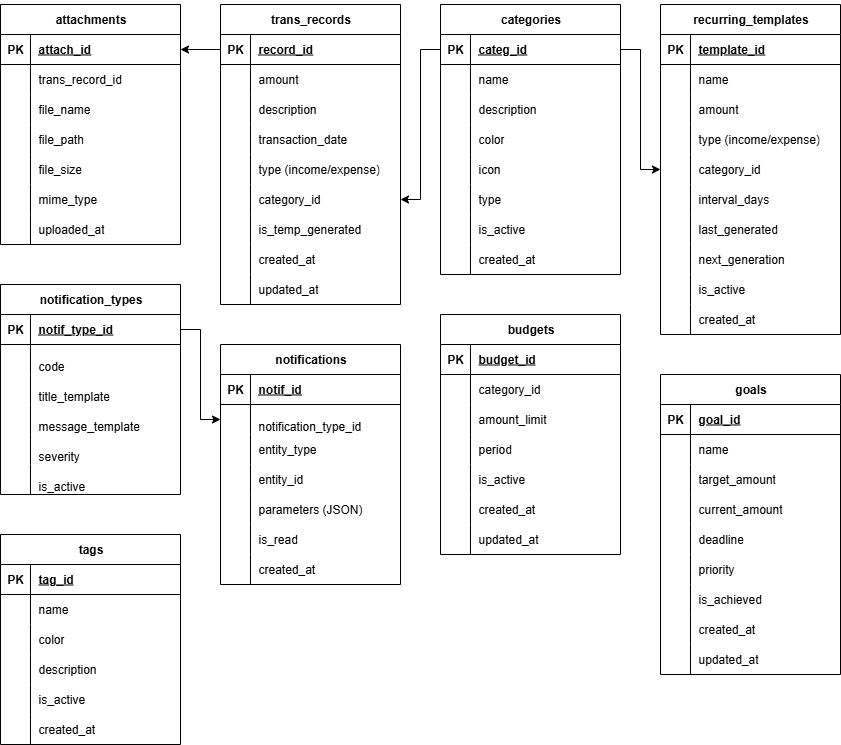
Above: tracker.drawio.png in AntonioStrignano/tracker (draw.io), before the change. Source tidied: cells renumbered, new cells last; positions are measured from the earlier drawing's top-left corner, leaving out a move shared by most shapes.
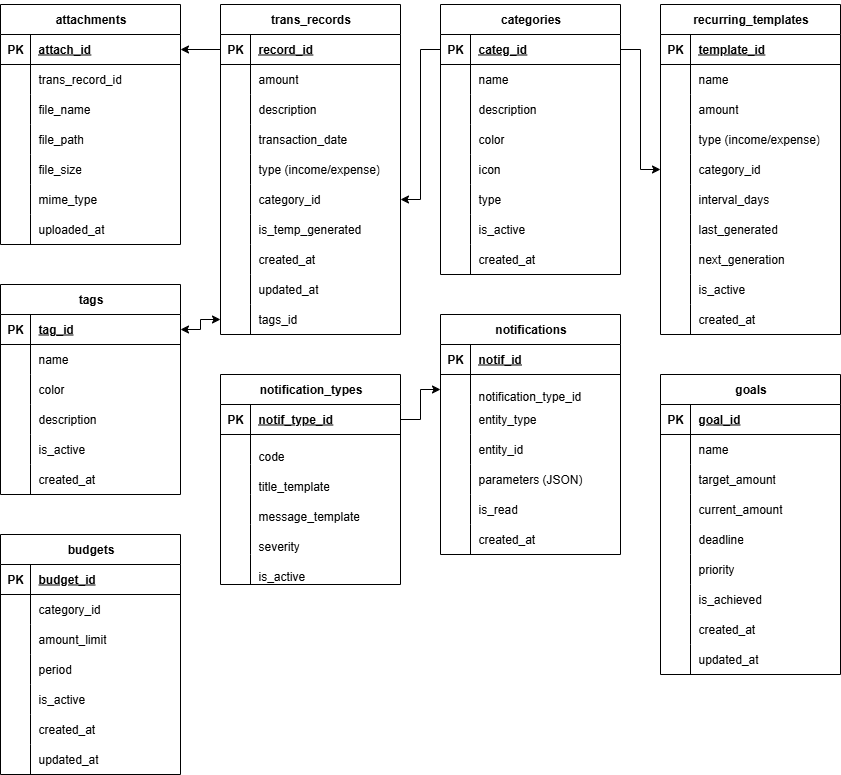
Above is the later version.

What changed in the source:
```diff
@@ -3,7 +3,7 @@
     <mxCell id="0" />
     <mxCell id="1" parent="0" />
     <mxCell id="2" value="trans_records" style="shape=table;startSize=30;rowLines=0;fontStyle=1;align=center;html=1;" parent="1" vertex="1">
-      <mxGeometry x="220" width="180" height="300" as="geometry" />
+      <mxGeometry x="220" width="180" height="330" as="geometry" />
     </mxCell>
     <mxCell id="3" style="shape=tableRow;horizontal=0;startSize=0;swimlaneHead=0;swimlaneBody=0;fillColor=none;points=[[0,0.5],[1,0.5]];portConstraint=eastwest;top=0;left=0;right=0;bottom=1;" parent="2" vertex="1">
       <mxGeometry y="30" width="180" height="30" as="geometry" />
@@ -86,6 +86,15 @@
     <mxCell id="29" value="updated_at" style="shape=partialRectangle;fillColor=none;top=0;left=0;bottom=0;right=0;align=left;spacingLeft=6;overflow=hidden;whiteSpace=wrap;html=1;" parent="27" vertex="1">
       <mxGeometry x="30" width="150" height="30" as="geometry" />
     </mxCell>
+    <mxCell id="222" style="shape=tableRow;horizontal=0;startSize=0;swimlaneHead=0;swimlaneBody=0;fillColor=none;points=[[0,0.5],[1,0.5]];portConstraint=eastwest;top=0;left=0;right=0;bottom=0;" parent="2" vertex="1">
+      <mxGeometry y="300" width="180" height="30" as="geometry" />
+    </mxCell>
+    <mxCell id="223" style="shape=partialRectangle;fillColor=none;top=0;left=0;bottom=0;right=0;overflow=hidden;whiteSpace=wrap;html=1;" parent="222" vertex="1">
+      <mxGeometry width="30" height="30" as="geometry" />
+    </mxCell>
+    <mxCell id="224" value="tags_id" style="shape=partialRectangle;fillColor=none;top=0;left=0;bottom=0;right=0;align=left;spacingLeft=6;overflow=hidden;whiteSpace=wrap;html=1;" parent="222" vertex="1">
+      <mxGeometry x="30" width="150" height="30" as="geometry" />
+    </mxCell>
     <mxCell id="30" value="categories" style="shape=table;startSize=30;rowLines=0;fontStyle=1;align=center;html=1;" parent="1" vertex="1">
       <mxGeometry x="440" width="180" height="270" as="geometry" />
     </mxCell>
@@ -255,7 +264,7 @@
       <mxGeometry x="30" width="150" height="30" as="geometry" />
     </mxCell>
     <mxCell id="86" value="&lt;p&gt;tags&lt;/p&gt;" style="shape=table;startSize=30;rowLines=0;fontStyle=1;align=center;html=1;" parent="1" vertex="1">
-      <mxGeometry y="530" width="180" height="210" as="geometry" />
+      <mxGeometry y="280" width="180" height="210" as="geometry" />
     </mxCell>
     <mxCell id="87" style="shape=tableRow;horizontal=0;startSize=0;swimlaneHead=0;swimlaneBody=0;fillColor=none;points=[[0,0.5],[1,0.5]];portConstraint=eastwest;top=0;left=0;right=0;bottom=1;" parent="86" vertex="1">
       <mxGeometry y="30" width="180" height="30" as="geometry" />
@@ -312,7 +321,7 @@
       <mxGeometry x="30" width="150" height="30" as="geometry" />
     </mxCell>
     <mxCell id="105" value="&lt;p&gt;budgets&lt;/p&gt;" style="shape=table;startSize=30;rowLines=0;fontStyle=1;align=center;html=1;" parent="1" vertex="1">
-      <mxGeometry x="440" y="310" width="180" height="240" as="geometry" />
+      <mxGeometry y="530" width="180" height="240" as="geometry" />
     </mxCell>
     <mxCell id="106" style="shape=tableRow;horizontal=0;startSize=0;swimlaneHead=0;swimlaneBody=0;fillColor=none;top=0;left=0;right=0;bottom=1;" parent="105" vertex="1">
       <mxGeometry y="30" width="180" height="30" as="geometry" />
@@ -528,7 +537,7 @@
       <mxGeometry x="30" width="150" height="30" as="geometry" />
     </mxCell>
     <mxCell id="177" value="&lt;p&gt;notifications&lt;/p&gt;" style="shape=table;startSize=30;rowLines=0;fontStyle=1;align=center;html=1;" parent="1" vertex="1">
-      <mxGeometry x="220" y="340" width="180" height="240" as="geometry" />
+      <mxGeometry x="440" y="310" width="180" height="240" as="geometry" />
     </mxCell>
     <mxCell id="178" style="shape=tableRow;horizontal=0;startSize=0;swimlaneHead=0;swimlaneBody=0;fillColor=none;top=0;left=0;right=0;bottom=1;" parent="177" vertex="1">
       <mxGeometry y="30" width="180" height="30" as="geometry" />
@@ -603,7 +612,7 @@
       <mxGeometry relative="1" as="geometry" />
     </mxCell>
     <mxCell id="202" value="notification_types" style="shape=table;startSize=30;rowLines=0;fontStyle=1;align=center;html=1;" parent="1" vertex="1">
-      <mxGeometry y="280" width="180" height="210" as="geometry" />
+      <mxGeometry x="220" y="370" width="180" height="210" as="geometry" />
     </mxCell>
     <mxCell id="203" style="shape=tableRow;horizontal=0;startSize=0;swimlaneHead=0;swimlaneBody=0;fillColor=none;points=[[0,0.5],[1,0.5]];portConstraint=eastwest;top=0;left=0;right=0;bottom=1;" parent="202" vertex="1">
       <mxGeometry y="30" width="180" height="30" as="geometry" />
@@ -662,5 +671,8 @@
     <mxCell id="221" style="edgeStyle=orthogonalEdgeStyle;rounded=0;jettySize=auto;html=1;" parent="1" edge="1" source="203" target="181">
       <mxGeometry relative="1" as="geometry" />
     </mxCell>
+    <mxCell id="225" style="edgeStyle=orthogonalEdgeStyle;rounded=0;jettySize=auto;html=1;startArrow=classic;startFill=1;" parent="1" edge="1" source="87" target="222">
+      <mxGeometry relative="1" as="geometry" />
+    </mxCell>
   </root>
 </mxGraphModel>
```
